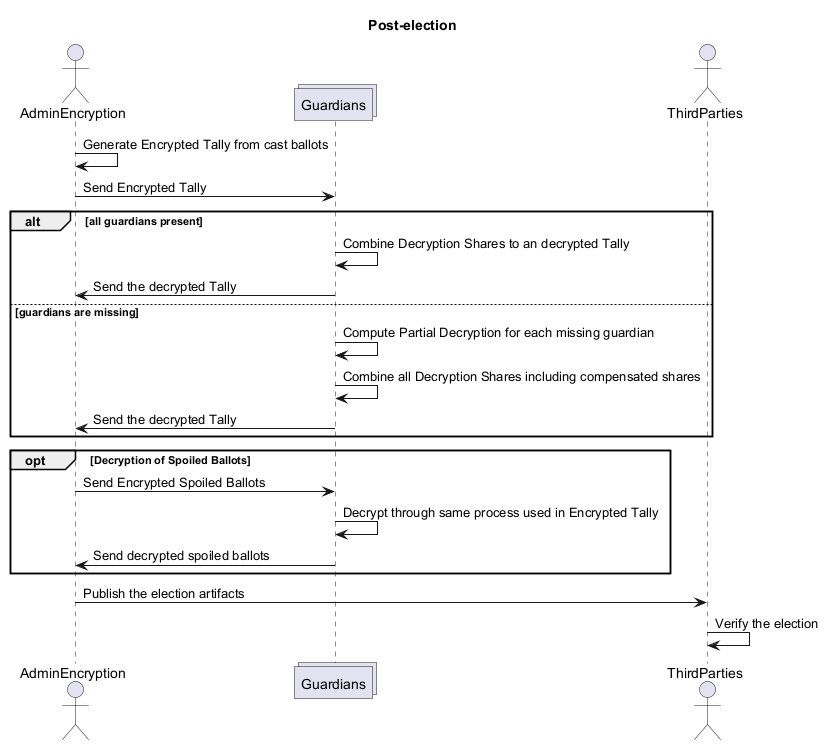
Earlier version of the PlantUML export docs/thesis/abbildungen/Diagramme/communication-seq2.png (Mudderschiff/IoT-election).
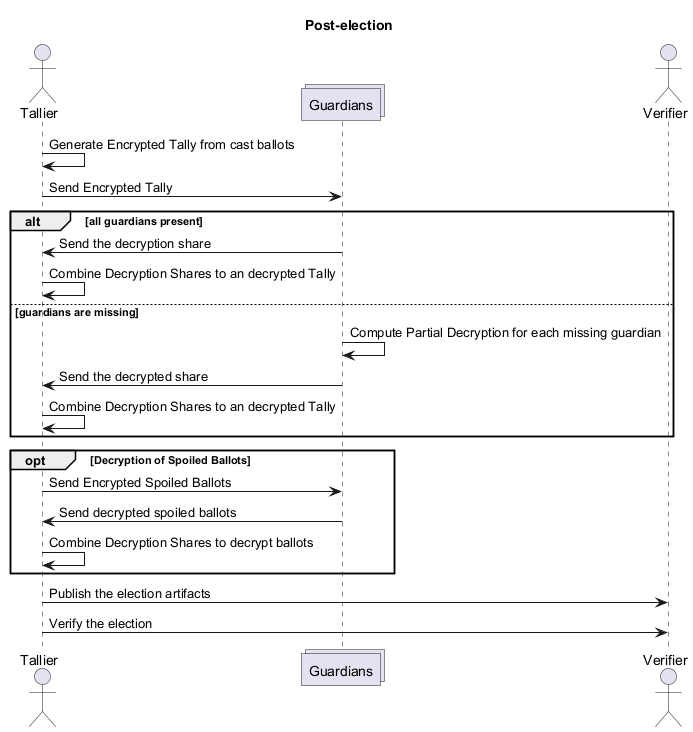
Above is the later version.

Diff of the diagram source:
```diff
@@ -1,25 +1,24 @@
 @startuml
 hide unlinked
-actor AdminEncryption as AE
+actor Tallier as T
 collections Guardians as G
-actor Voter as V
-actor ThirdParties as T
+actor Verifier as V
 title Post-election
-AE -> AE : Generate Encrypted Tally from cast ballots
-AE -> G : Send Encrypted Tally
+T -> T : Generate Encrypted Tally from cast ballots
+T -> G : Send Encrypted Tally
 alt all guardians present
-    G -> G : Combine Decryption Shares to an decrypted Tally
-    G -> AE : Send the decrypted Tally
+    G -> T : Send the decryption share
+    T -> T : Combine Decryption Shares to an decrypted Tally
 else guardians are missing
     G -> G : Compute Partial Decryption for each missing guardian
-    G -> G : Combine all Decryption Shares including compensated shares
-    G -> AE : Send the decrypted Tally
+    G -> T : Send the decrypted share
+    T -> T : Combine Decryption Shares to an decrypted Tally
 end
 opt Decryption of Spoiled Ballots
-    AE -> G : Send Encrypted Spoiled Ballots
-    G -> G : Decrypt through same process used in Encrypted Tally
-    G -> AE : Send decrypted spoiled ballots
+    T -> G : Send Encrypted Spoiled Ballots
+    G -> T : Send decrypted spoiled ballots
+    T -> T : Combine Decryption Shares to decrypt ballots
 end
-AE -> T : Publish the election artifacts
-T -> T : Verify the election
+T -> V : Publish the election artifacts
+T -> V : Verify the election
 @enduml
```
